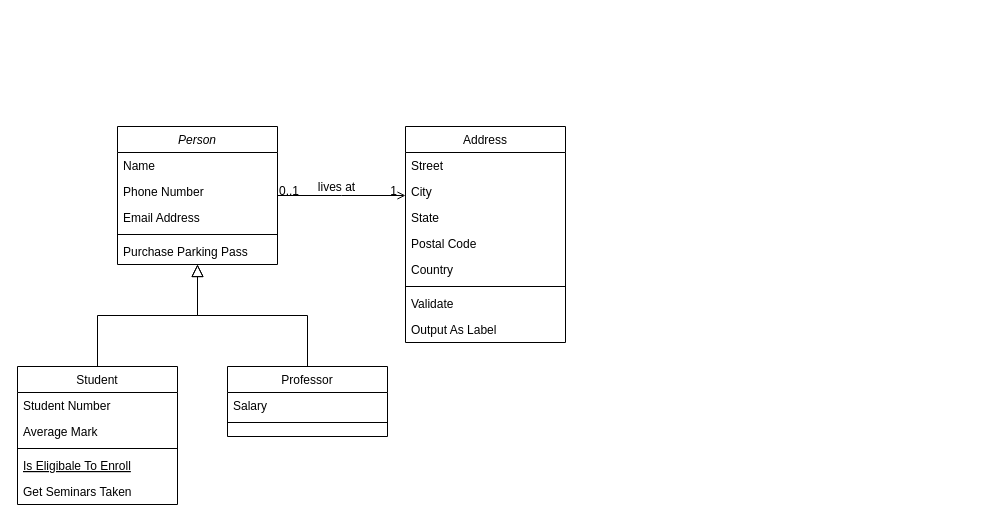
This is Untitled Diagram.drawio from martuns/hal9000, a draw.io file, before an edit. Source tidied: cells renumbered, new cells numbered last; positions are measured from the earlier drawing's top-left corner, leaving out a move shared by most shapes. Both pictures are drawn from the tidied source at 100%, with x=0, y=0 at pixel (17, 126).
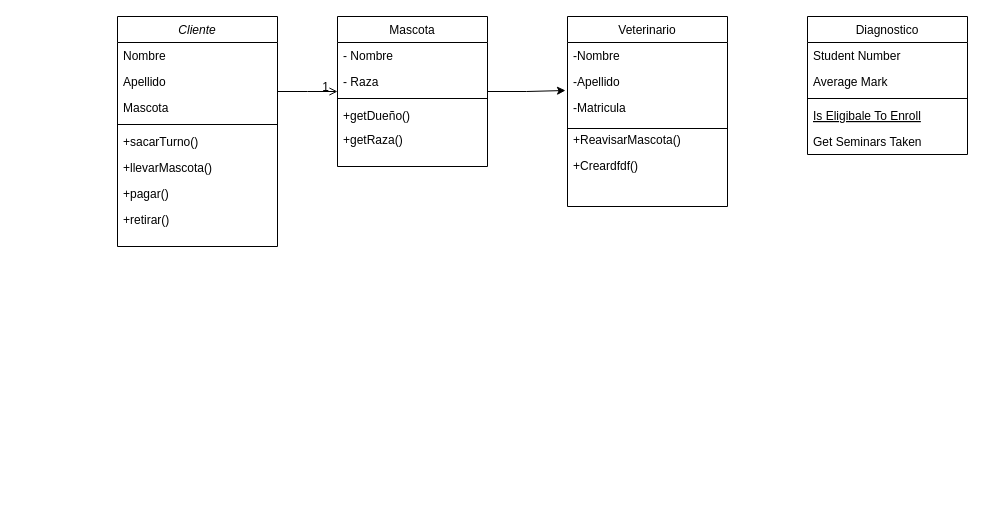
After the change.

Diff of the diagram source:
```diff
@@
+    <mxCell id="28" style="endArrow=open;shadow=0;strokeWidth=1;rounded=0;endFill=1;edgeStyle=elbowEdgeStyle;elbow=vertical;" parent="1" edge="1" source="2" target="19">
+      <mxGeometry x="0.5" y="41" relative="1" as="geometry">
+        <mxPoint x="-40" y="32" as="offset" />
+      </mxGeometry>
+    </mxCell>
+    <mxCell id="30" value="1" style="align=right;verticalAlign=bottom;labelBackgroundColor=none;fontSize=12;" parent="28" vertex="1">
+      <mxGeometry x="1" relative="1" as="geometry">
+        <mxPoint x="-7" y="4" as="offset" />
+      </mxGeometry>
+    </mxCell>
-    <mxCell id="2" value="Person" style="swimlane;fontStyle=2;align=center;verticalAlign=top;horizontal=1;startSize=26;rounded=0;shadow=0;strokeWidth=1;" parent="1" vertex="1">
-      <mxGeometry x="100" width="160" height="138" as="geometry" />
+    <mxCell id="2" value="Cliente" style="swimlane;fontStyle=2;align=center;verticalAlign=top;horizontal=1;startSize=26;rounded=0;shadow=0;strokeWidth=1;" parent="1" vertex="1">
+      <mxGeometry x="100" y="-110" width="160" height="230" as="geometry" />
     </mxCell>
-    <mxCell id="3" value="Name" style="text;align=left;verticalAlign=top;spacingLeft=4;spacingRight=4;overflow=hidden;" parent="2" vertex="1">
+    <mxCell id="3" value="Nombre" style="text;align=left;verticalAlign=top;spacingLeft=4;spacingRight=4;overflow=hidden;" parent="2" vertex="1">
       <mxGeometry y="26" width="160" height="26" as="geometry" />
     </mxCell>
-    <mxCell id="4" value="Phone Number" style="text;align=left;verticalAlign=top;spacingLeft=4;spacingRight=4;overflow=hidden;rounded=0;shadow=0;html=0;" parent="2" vertex="1">
+    <mxCell id="4" value="Apellido" style="text;align=left;verticalAlign=top;spacingLeft=4;spacingRight=4;overflow=hidden;rounded=0;shadow=0;html=0;" parent="2" vertex="1">
       <mxGeometry y="52" width="160" height="26" as="geometry" />
     </mxCell>
-    <mxCell id="5" value="Email Address" style="text;align=left;verticalAlign=top;spacingLeft=4;spacingRight=4;overflow=hidden;rounded=0;shadow=0;html=0;" parent="2" vertex="1">
+    <mxCell id="5" value="Mascota" style="text;align=left;verticalAlign=top;spacingLeft=4;spacingRight=4;overflow=hidden;rounded=0;shadow=0;html=0;" parent="2" vertex="1">
       <mxGeometry y="78" width="160" height="26" as="geometry" />
     </mxCell>
@@
-    <mxCell id="7" value="Purchase Parking Pass" style="text;align=left;verticalAlign=top;spacingLeft=4;spacingRight=4;overflow=hidden;" parent="2" vertex="1">
+    <mxCell id="7" value="+sacarTurno()" style="text;align=left;verticalAlign=top;spacingLeft=4;spacingRight=4;overflow=hidden;" parent="2" vertex="1">
       <mxGeometry y="112" width="160" height="26" as="geometry" />
     </mxCell>
+    <mxCell id="32" value="+llevarMascota()" style="text;align=left;verticalAlign=top;spacingLeft=4;spacingRight=4;overflow=hidden;" parent="2" vertex="1">
+      <mxGeometry y="138" width="160" height="26" as="geometry" />
+    </mxCell>
+    <mxCell id="33" value="+pagar()" style="text;align=left;verticalAlign=top;spacingLeft=4;spacingRight=4;overflow=hidden;" parent="2" vertex="1">
+      <mxGeometry y="164" width="160" height="26" as="geometry" />
+    </mxCell>
+    <mxCell id="34" value="+retirar()" style="text;align=left;verticalAlign=top;spacingLeft=4;spacingRight=4;overflow=hidden;" parent="2" vertex="1">
+      <mxGeometry y="190" width="160" height="26" as="geometry" />
+    </mxCell>
+    <mxCell id="35" style="edgeStyle=orthogonalEdgeStyle;rounded=0;jettySize=auto;html=1;" parent="1" edge="1" source="19">
+      <mxGeometry relative="1" as="geometry">
+        <mxPoint x="548" y="-36" as="targetPoint" />
+      </mxGeometry>
+    </mxCell>
+    <mxCell id="19" value="Mascota" style="swimlane;fontStyle=0;align=center;verticalAlign=top;horizontal=1;startSize=26;rounded=0;shadow=0;strokeWidth=1;" parent="1" vertex="1">
+      <mxGeometry x="320" y="-110" width="150" height="150" as="geometry" />
+    </mxCell>
+    <mxCell id="20" value="- Nombre&#10;" style="text;align=left;verticalAlign=top;spacingLeft=4;spacingRight=4;overflow=hidden;" parent="19" vertex="1">
+      <mxGeometry y="26" width="150" height="26" as="geometry" />
+    </mxCell>
+    <mxCell id="21" value="- Raza" style="text;align=left;verticalAlign=top;spacingLeft=4;spacingRight=4;overflow=hidden;rounded=0;shadow=0;html=0;" parent="19" vertex="1">
+      <mxGeometry y="52" width="150" height="26" as="geometry" />
+    </mxCell>
+    <mxCell id="25" style="line;html=1;strokeWidth=1;align=left;verticalAlign=middle;spacingTop=-1;spacingLeft=3;spacingRight=3;labelPosition=right;" parent="19" vertex="1">
+      <mxGeometry y="78" width="150" height="8" as="geometry" />
+    </mxCell>
+    <mxCell id="26" value="+getDueño()" style="text;align=left;verticalAlign=top;spacingLeft=4;spacingRight=4;overflow=hidden;" parent="19" vertex="1">
+      <mxGeometry y="86" width="150" height="24" as="geometry" />
+    </mxCell>
+    <mxCell id="36" value="+getRaza()" style="text;align=left;verticalAlign=top;spacingLeft=4;spacingRight=4;overflow=hidden;" parent="19" vertex="1">
+      <mxGeometry y="110" width="150" height="24" as="geometry" />
+    </mxCell>
+    <mxCell id="15" value="Veterinario" style="swimlane;fontStyle=0;align=center;verticalAlign=top;horizontal=1;startSize=26;rounded=0;shadow=0;strokeWidth=1;" parent="1" vertex="1">
+      <mxGeometry x="550" y="-110" width="160" height="190" as="geometry" />
+    </mxCell>
+    <mxCell id="16" value="-Nombre" style="text;align=left;verticalAlign=top;spacingLeft=4;spacingRight=4;overflow=hidden;" parent="15" vertex="1">
+      <mxGeometry y="26" width="160" height="26" as="geometry" />
+    </mxCell>
+    <mxCell id="37" style="endArrow=none;html=1;" parent="15" edge="1">
+      <mxGeometry relative="1" as="geometry">
+        <mxPoint y="112" as="sourcePoint" />
+        <mxPoint x="160" y="112" as="targetPoint" />
+      </mxGeometry>
+    </mxCell>
+    <mxCell id="38" value="-Apellido" style="text;align=left;verticalAlign=top;spacingLeft=4;spacingRight=4;overflow=hidden;" parent="15" vertex="1">
+      <mxGeometry y="52" width="160" height="26" as="geometry" />
+    </mxCell>
+    <mxCell id="39" value="-Matricula" style="text;align=left;verticalAlign=top;spacingLeft=4;spacingRight=4;overflow=hidden;" parent="15" vertex="1">
+      <mxGeometry y="78" width="160" height="32" as="geometry" />
+    </mxCell>
+    <mxCell id="40" value="+ReavisarMascota()" style="text;align=left;verticalAlign=top;spacingLeft=4;spacingRight=4;overflow=hidden;" parent="15" vertex="1">
+      <mxGeometry y="110" width="160" height="26" as="geometry" />
+    </mxCell>
+    <mxCell id="41" value="+Creardfdf()" style="text;align=left;verticalAlign=top;spacingLeft=4;spacingRight=4;overflow=hidden;" parent="15" vertex="1">
+      <mxGeometry y="136" width="160" height="26" as="geometry" />
+    </mxCell>
-    <mxCell id="8" value="Student" style="swimlane;fontStyle=0;align=center;verticalAlign=top;horizontal=1;startSize=26;rounded=0;shadow=0;strokeWidth=1;" parent="1" vertex="1">
-      <mxGeometry y="240" width="160" height="138" as="geometry" />
+    <mxCell id="8" value="Diagnostico" style="swimlane;fontStyle=0;align=center;verticalAlign=top;horizontal=1;startSize=26;rounded=0;shadow=0;strokeWidth=1;" parent="1" vertex="1">
+      <mxGeometry x="790" y="-110" width="160" height="138" as="geometry" />
     </mxCell>
@@
-    <mxCell id="14" style="endArrow=block;endSize=10;endFill=0;shadow=0;strokeWidth=1;rounded=0;edgeStyle=elbowEdgeStyle;elbow=vertical;" parent="1" edge="1" source="8" target="2">
-      <mxGeometry relative="1" as="geometry" />
-    </mxCell>
-    <mxCell id="15" value="Professor" style="swimlane;fontStyle=0;align=center;verticalAlign=top;horizontal=1;startSize=26;rounded=0;shadow=0;strokeWidth=1;" parent="1" vertex="1">
-      <mxGeometry x="210" y="240" width="160" height="70" as="geometry" />
-    </mxCell>
-    <mxCell id="16" value="Salary" style="text;align=left;verticalAlign=top;spacingLeft=4;spacingRight=4;overflow=hidden;" parent="15" vertex="1">
-      <mxGeometry y="26" width="160" height="26" as="geometry" />
-    </mxCell>
-    <mxCell id="17" style="line;html=1;strokeWidth=1;align=left;verticalAlign=middle;spacingTop=-1;spacingLeft=3;spacingRight=3;labelPosition=right;" parent="15" vertex="1">
-      <mxGeometry y="52" width="160" height="8" as="geometry" />
-    </mxCell>
-    <mxCell id="18" style="endArrow=block;endSize=10;endFill=0;shadow=0;strokeWidth=1;rounded=0;edgeStyle=elbowEdgeStyle;elbow=vertical;" parent="1" edge="1" source="15" target="2">
-      <mxGeometry relative="1" as="geometry" />
-    </mxCell>
-    <mxCell id="19" value="Address" style="swimlane;fontStyle=0;align=center;verticalAlign=top;horizontal=1;startSize=26;rounded=0;shadow=0;strokeWidth=1;" parent="1" vertex="1">
-      <mxGeometry x="388" width="160" height="216" as="geometry" />
-    </mxCell>
-    <mxCell id="20" value="Street" style="text;align=left;verticalAlign=top;spacingLeft=4;spacingRight=4;overflow=hidden;" parent="19" vertex="1">
-      <mxGeometry y="26" width="160" height="26" as="geometry" />
-    </mxCell>
-    <mxCell id="21" value="City" style="text;align=left;verticalAlign=top;spacingLeft=4;spacingRight=4;overflow=hidden;rounded=0;shadow=0;html=0;" parent="19" vertex="1">
-      <mxGeometry y="52" width="160" height="26" as="geometry" />
-    </mxCell>
-    <mxCell id="22" value="State" style="text;align=left;verticalAlign=top;spacingLeft=4;spacingRight=4;overflow=hidden;rounded=0;shadow=0;html=0;" parent="19" vertex="1">
-      <mxGeometry y="78" width="160" height="26" as="geometry" />
-    </mxCell>
-    <mxCell id="23" value="Postal Code" style="text;align=left;verticalAlign=top;spacingLeft=4;spacingRight=4;overflow=hidden;rounded=0;shadow=0;html=0;" parent="19" vertex="1">
-      <mxGeometry y="104" width="160" height="26" as="geometry" />
-    </mxCell>
-    <mxCell id="24" value="Country" style="text;align=left;verticalAlign=top;spacingLeft=4;spacingRight=4;overflow=hidden;rounded=0;shadow=0;html=0;" parent="19" vertex="1">
-      <mxGeometry y="130" width="160" height="26" as="geometry" />
-    </mxCell>
-    <mxCell id="25" style="line;html=1;strokeWidth=1;align=left;verticalAlign=middle;spacingTop=-1;spacingLeft=3;spacingRight=3;labelPosition=right;" parent="19" vertex="1">
-      <mxGeometry y="156" width="160" height="8" as="geometry" />
-    </mxCell>
-    <mxCell id="26" value="Validate" style="text;align=left;verticalAlign=top;spacingLeft=4;spacingRight=4;overflow=hidden;" parent="19" vertex="1">
-      <mxGeometry y="164" width="160" height="26" as="geometry" />
-    </mxCell>
-    <mxCell id="27" value="Output As Label" style="text;align=left;verticalAlign=top;spacingLeft=4;spacingRight=4;overflow=hidden;" parent="19" vertex="1">
-      <mxGeometry y="190" width="160" height="26" as="geometry" />
-    </mxCell>
-    <mxCell id="28" style="endArrow=open;shadow=0;strokeWidth=1;rounded=0;endFill=1;edgeStyle=elbowEdgeStyle;elbow=vertical;" parent="1" edge="1" source="2" target="19">
-      <mxGeometry x="0.5" y="41" relative="1" as="geometry">
-        <mxPoint x="-40" y="32" as="offset" />
-      </mxGeometry>
-    </mxCell>
-    <mxCell id="29" value="0..1" style="align=left;verticalAlign=bottom;labelBackgroundColor=none;fontSize=12;" parent="28" vertex="1">
-      <mxGeometry x="-1" relative="1" as="geometry">
-        <mxPoint y="4" as="offset" />
-      </mxGeometry>
-    </mxCell>
-    <mxCell id="30" value="1" style="align=right;verticalAlign=bottom;labelBackgroundColor=none;fontSize=12;" parent="28" vertex="1">
-      <mxGeometry x="1" relative="1" as="geometry">
-        <mxPoint x="-7" y="4" as="offset" />
-      </mxGeometry>
-    </mxCell>
-    <mxCell id="31" value="lives at" style="text;html=1;align=center;verticalAlign=middle;labelBackgroundColor=none;rounded=0;shadow=0;strokeWidth=1;fontSize=12;" parent="28" vertex="1">
-      <mxGeometry x="0.5" y="49" relative="1" as="geometry">
-        <mxPoint x="-38" y="40" as="offset" />
-      </mxGeometry>
-    </mxCell>
```
